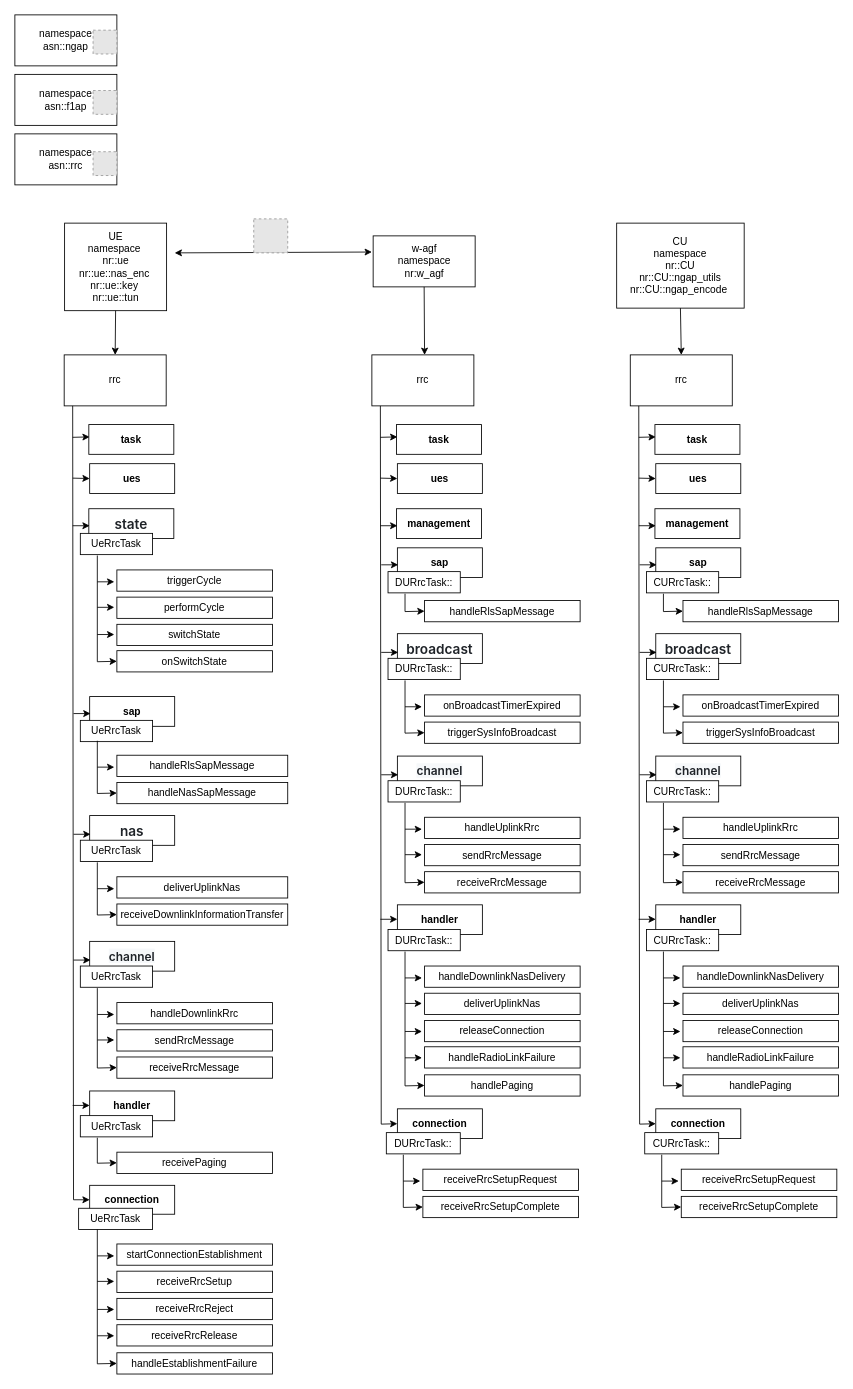
Above: page "rrc code architecture" (2 of 4) of Diagram of code.drawio in saffanazyan07/z-UERANSIM-W-AGF (draw.io), before the change. Source tidied: cells renumbered, new cells numbered last; positions are measured from the earlier drawing's top-left corner, leaving out a move shared by most shapes. Both pictures are drawn from the tidied source at 85%, with x=0, y=0 at pixel (14, 14). Pictures stored in the file or linked from it are replaced by grey dashed boxes.
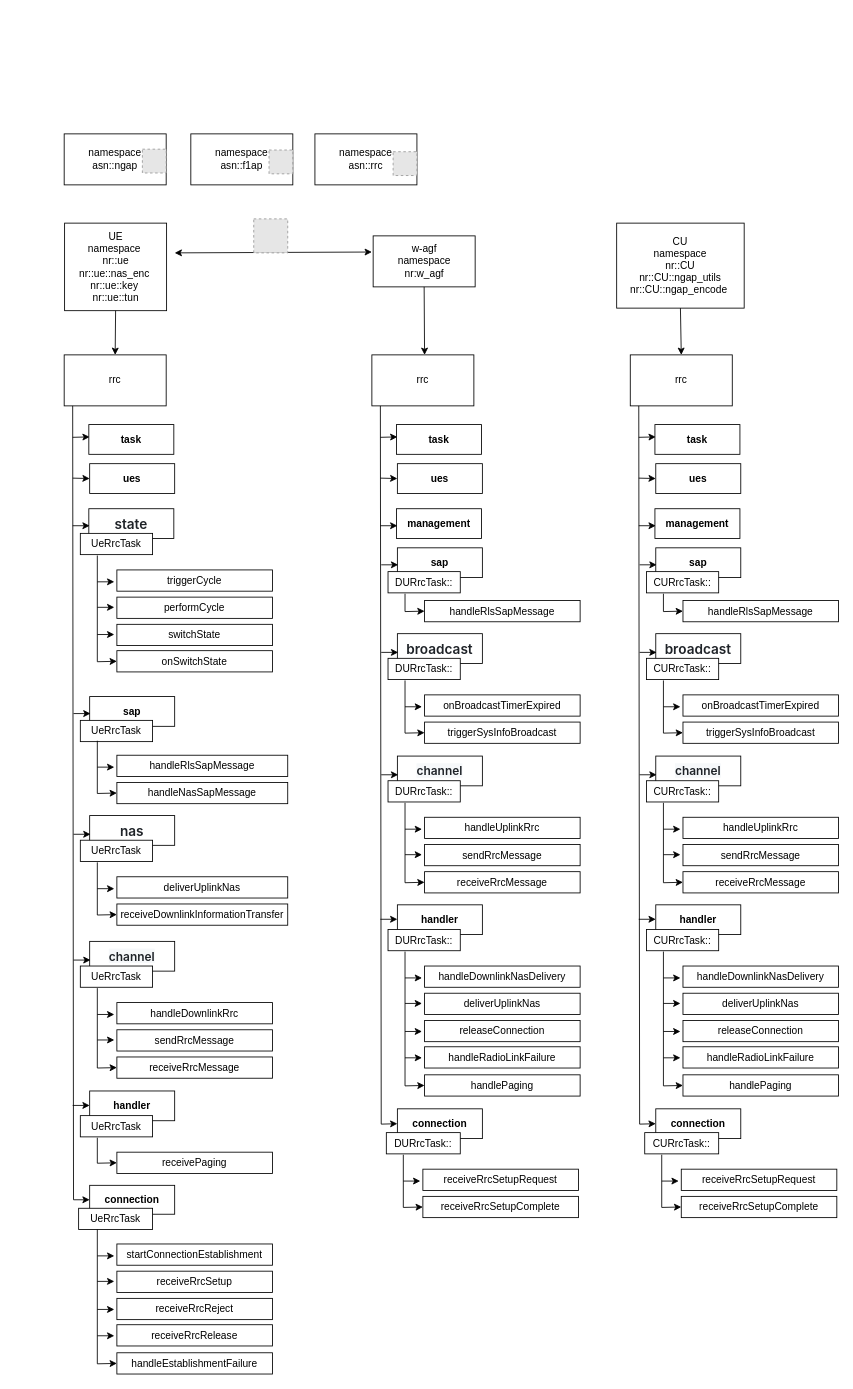
After the change.

What changed in the source:
```diff
@@
-    <mxCell id="154" value="namespace asn::ngap" style="rounded=0;whiteSpace=wrap;html=1;" parent="1" vertex="1">
-      <mxGeometry width="120" height="60" as="geometry" />
-    </mxCell>
-    <mxCell id="155" value="namespace&lt;div&gt;asn::f1ap&lt;/div&gt;" style="rounded=0;whiteSpace=wrap;html=1;" parent="1" vertex="1">
-      <mxGeometry y="70" width="120" height="60" as="geometry" />
-    </mxCell>
-    <mxCell id="156" value="namespace&lt;div&gt;asn::rrc&lt;/div&gt;" style="rounded=0;whiteSpace=wrap;html=1;" parent="1" vertex="1">
-      <mxGeometry y="140" width="120" height="60" as="geometry" />
-    </mxCell>
-    <mxCell id="157" style="fillColor=#E6E6E6;strokeColor=#999999;dashed=1;verticalLabelPosition=bottom;labelBackgroundColor=default;verticalAlign=top;" parent="1" vertex="1">
-      <mxGeometry x="92" y="18" width="28" height="28" as="geometry" />
-    </mxCell>
-    <mxCell id="158" style="fillColor=#E6E6E6;strokeColor=#999999;dashed=1;verticalLabelPosition=bottom;labelBackgroundColor=default;verticalAlign=top;" parent="1" vertex="1">
-      <mxGeometry x="92" y="89" width="28" height="28" as="geometry" />
-    </mxCell>
-    <mxCell id="159" style="fillColor=#E6E6E6;strokeColor=#999999;dashed=1;verticalLabelPosition=bottom;labelBackgroundColor=default;verticalAlign=top;" parent="1" vertex="1">
-      <mxGeometry x="92" y="161" width="28" height="28" as="geometry" />
-    </mxCell>
@@
+    <mxCell id="154" value="namespace asn::ngap" style="rounded=0;whiteSpace=wrap;html=1;" parent="1" vertex="1">
+      <mxGeometry x="58" y="140" width="120" height="60" as="geometry" />
+    </mxCell>
+    <mxCell id="155" value="namespace&lt;div&gt;asn::f1ap&lt;/div&gt;" style="rounded=0;whiteSpace=wrap;html=1;" parent="1" vertex="1">
+      <mxGeometry x="207" y="140" width="120" height="60" as="geometry" />
+    </mxCell>
+    <mxCell id="156" value="namespace&lt;div&gt;asn::rrc&lt;/div&gt;" style="rounded=0;whiteSpace=wrap;html=1;" parent="1" vertex="1">
+      <mxGeometry x="353" y="140" width="120" height="60" as="geometry" />
+    </mxCell>
+    <mxCell id="169" style="fillColor=#E6E6E6;strokeColor=#999999;dashed=1;verticalLabelPosition=bottom;labelBackgroundColor=default;verticalAlign=top;" parent="1" vertex="1">
+      <mxGeometry x="150" y="158" width="28" height="28" as="geometry" />
+    </mxCell>
+    <mxCell id="170" style="fillColor=#E6E6E6;strokeColor=#999999;dashed=1;verticalLabelPosition=bottom;labelBackgroundColor=default;verticalAlign=top;" parent="1" vertex="1">
+      <mxGeometry x="299" y="159" width="28" height="28" as="geometry" />
+    </mxCell>
+    <mxCell id="171" style="fillColor=#E6E6E6;strokeColor=#999999;dashed=1;verticalLabelPosition=bottom;labelBackgroundColor=default;verticalAlign=top;" parent="1" vertex="1">
+      <mxGeometry x="445" y="161" width="28" height="28" as="geometry" />
+    </mxCell>
```
